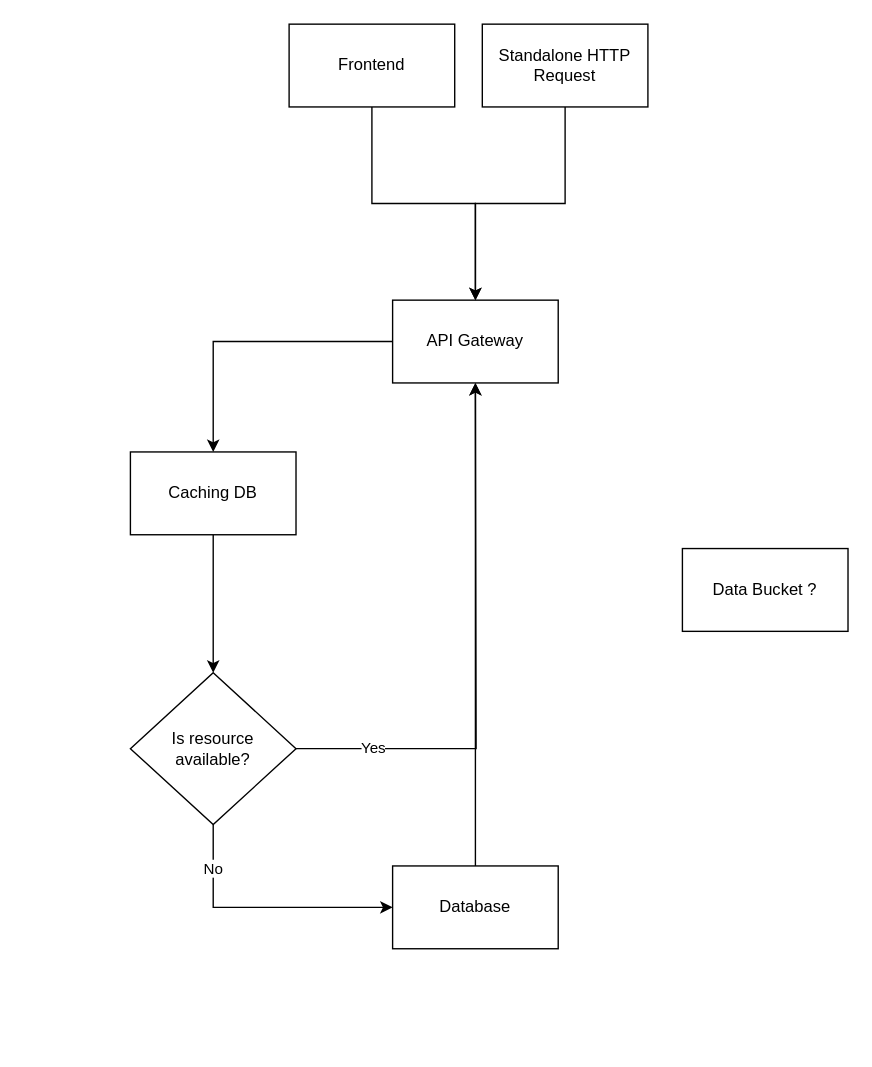
The draw.io diagram page "C-LAB service design" (2 of 2) of charts/c-lab.drawio in cx-joaoguedes/drawio, before the edit. Source tidied: cells renumbered, new cells numbered last; positions are measured from the earlier drawing's top-left corner, leaving out a move shared by most shapes. Both pictures are drawn from the tidied source at 138%, with x=0, y=0 at pixel (130, 23).
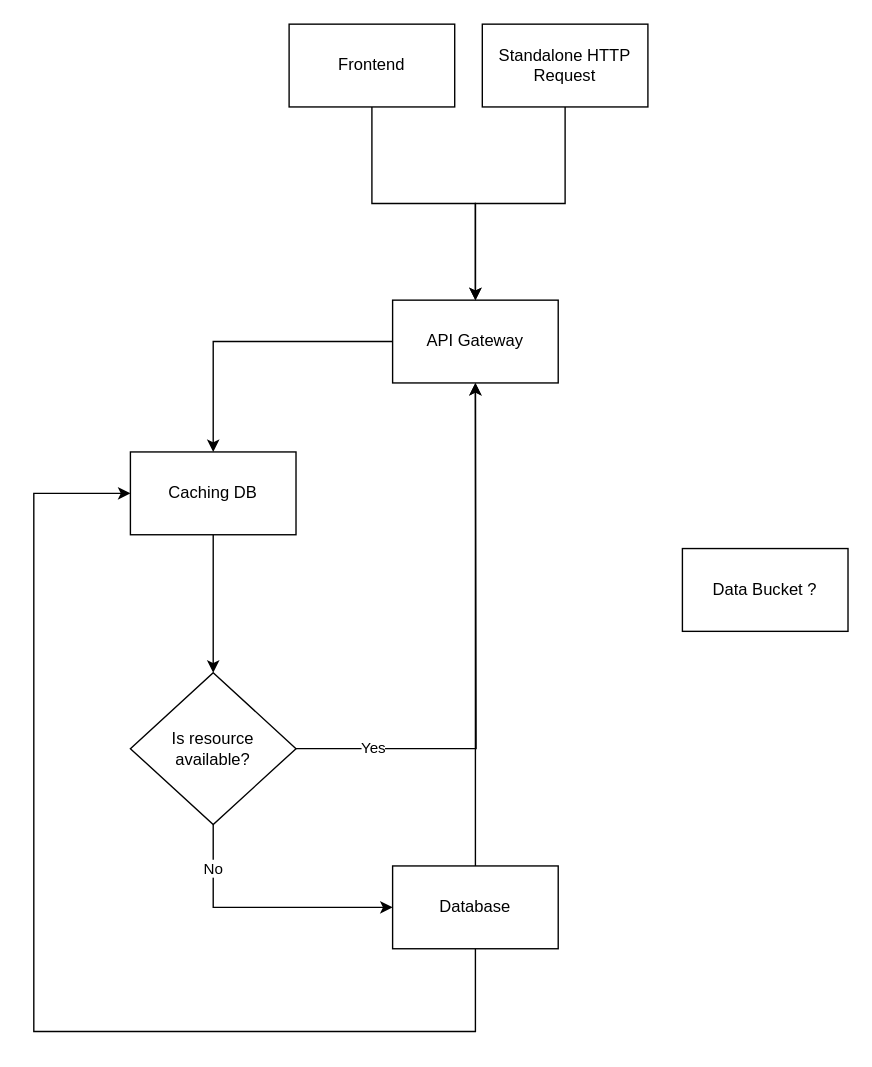
The same page after the edit.

Unchanged cells that the change refers to:
```xml
<mxCell id="5" value="&lt;div&gt;Caching DB&lt;/div&gt;" style="rounded=0;whiteSpace=wrap;html=1;" parent="1" vertex="1">
  <mxGeometry y="310" width="120" height="60" as="geometry" />
</mxCell>
<mxCell id="7" value="Database" style="rounded=0;whiteSpace=wrap;html=1;" parent="1" vertex="1">
  <mxGeometry x="190" y="610" width="120" height="60" as="geometry" />
</mxCell>
```

The edit, as a diff of the source:
```diff
@@
+    <mxCell id="18" style="edgeStyle=orthogonalEdgeStyle;rounded=0;jettySize=auto;html=1;entryX=0;entryY=0.5;entryDx=0;entryDy=0;" parent="1" edge="1" source="7" target="5">
+      <mxGeometry relative="1" as="geometry">
+        <Array as="points">
+          <mxPoint x="250" y="730" />
+          <mxPoint x="-70" y="730" />
+          <mxPoint x="-70" y="340" />
+        </Array>
+      </mxGeometry>
+    </mxCell>
```
